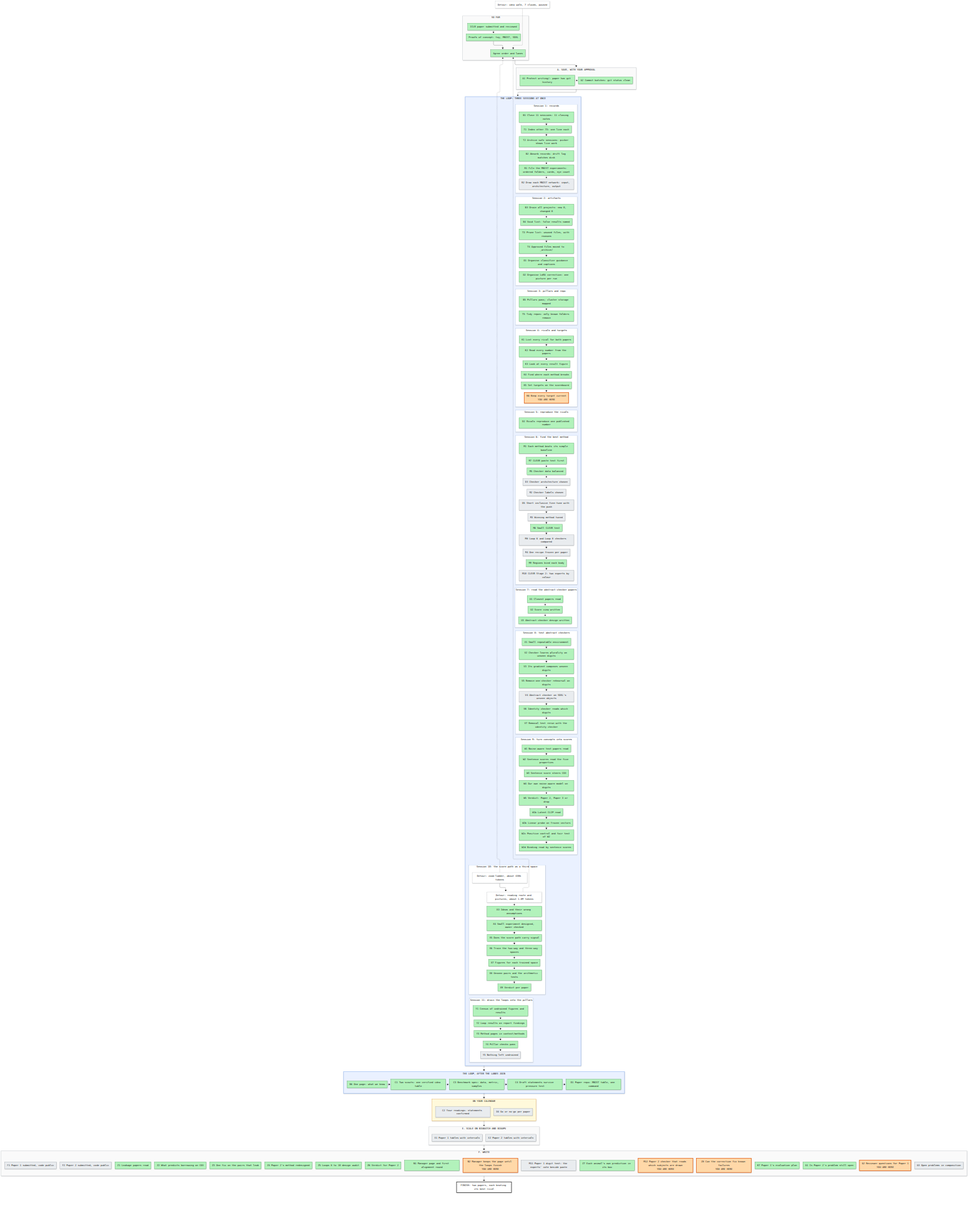
Above: artifacts/notes/progress/map.png in mo-rsa24/concept-composition (Mermaid), before the change. Its source is kept beside it as artifacts/notes/progress/map.mmd.
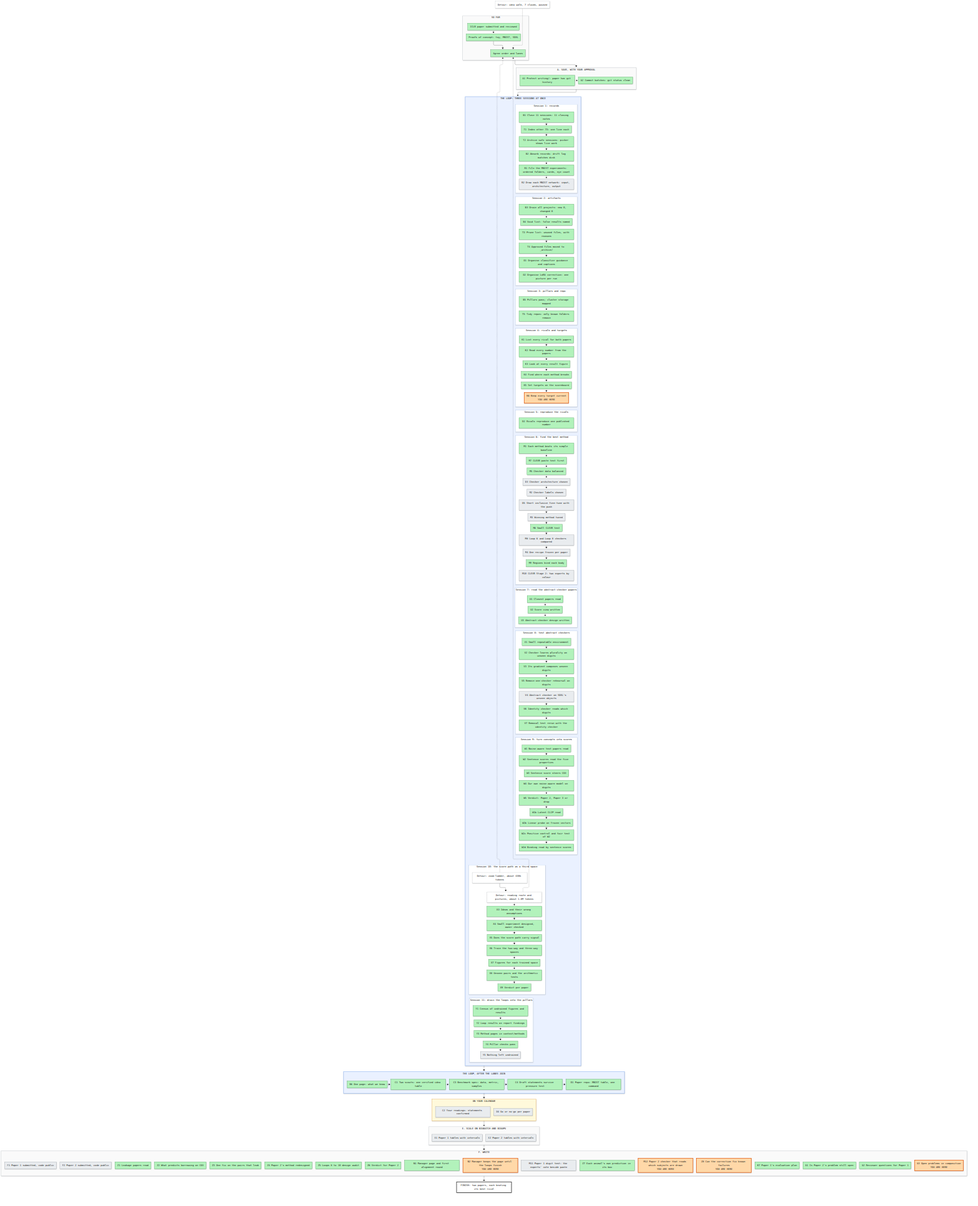
Above is the later version.

Commit message:
Manager: DCFM, Paper 1's closest rival, sent to Loop 4 to read

What changed in the source:
```diff
@@ -74,7 +74,7 @@
   end
   subgraph SF["F. WRITE"]
     direction LR
-    F1["F1 Paper 1 submitted, code public"]:::todo ~~~ F2["F2 Paper 2 submitted, code public"]:::todo ~~~ Z1["Z1 Leakage papers read"]:::done ~~~ Z2["Z2 What predicts borrowing on CO3"]:::done ~~~ Z3["Z3 One fix on the pairs that leak"]:::done ~~~ Z4["Z4 Paper 2's method redesigned"]:::done ~~~ Z5["Z5 Loops 8 to 10 design audit"]:::done ~~~ Z6["Z6 Verdict for Paper 2"]:::done ~~~ N1["N1 Manager page and first alignment round"]:::done ~~~ N2["N2 Manager keeps the page until the loops finish<br/>YOU ARE HERE"]:::doing ~~~ M11["M11 Paper 1 digit test: the experts' vote beside paste"]:::todo ~~~ Z7["Z7 Each animal's own prediction in its box"]:::done ~~~ M12["M12 Paper 2 checker that reads which subjects are drawn<br/>YOU ARE HERE"]:::doing ~~~ Z8["Z8 Can the correction fix known failures<br/>YOU ARE HERE"]:::doing ~~~ K7["K7 Paper 1's evaluation plan"]:::done ~~~ G1["G1 Is Paper 2's problem still open"]:::done ~~~ G2["G2 Reviewer questions for Paper 1<br/>YOU ARE HERE"]:::doing ~~~ G3["G3 Open problems in composition"]:::todo
+    F1["F1 Paper 1 submitted, code public"]:::todo ~~~ F2["F2 Paper 2 submitted, code public"]:::todo ~~~ Z1["Z1 Leakage papers read"]:::done ~~~ Z2["Z2 What predicts borrowing on CO3"]:::done ~~~ Z3["Z3 One fix on the pairs that leak"]:::done ~~~ Z4["Z4 Paper 2's method redesigned"]:::done ~~~ Z5["Z5 Loops 8 to 10 design audit"]:::done ~~~ Z6["Z6 Verdict for Paper 2"]:::done ~~~ N1["N1 Manager page and first alignment round"]:::done ~~~ N2["N2 Manager keeps the page until the loops finish<br/>YOU ARE HERE"]:::doing ~~~ M11["M11 Paper 1 digit test: the experts' vote beside paste"]:::todo ~~~ Z7["Z7 Each animal's own prediction in its box"]:::done ~~~ M12["M12 Paper 2 checker that reads which subjects are drawn<br/>YOU ARE HERE"]:::doing ~~~ Z8["Z8 Can the correction fix known failures<br/>YOU ARE HERE"]:::doing ~~~ K7["K7 Paper 1's evaluation plan"]:::done ~~~ G1["G1 Is Paper 2's problem still open"]:::done ~~~ G2["G2 Reviewer questions for Paper 1"]:::done ~~~ G3["G3 Open problems in composition<br/>YOU ARE HERE"]:::doing
   end
   GOAL["FINISH: two papers, each beating its best rival"]:::goal
   X0["Detour: idea walk, 7 claims, paused"]:::detour -.-> P2
```
